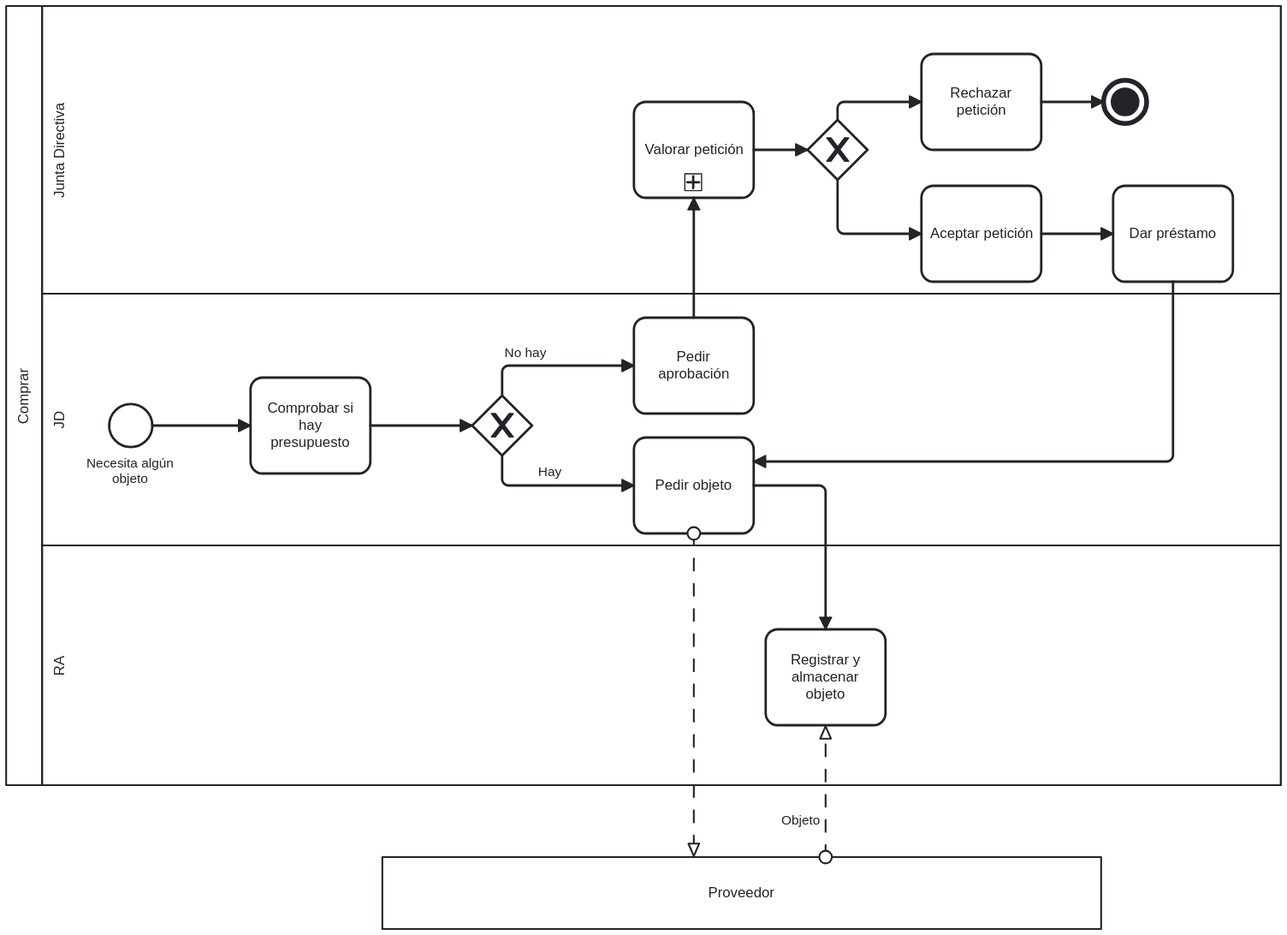
Emilio-115/Proyecto-IR-G2-12 keeps this BPMN diagram as assets/Proceso Existente - Compra.svg. Above is the earlier version. Its source is kept beside it as Procesos de negocio/Proceso Existente - Compra.bpmn. Ids are renumbered.
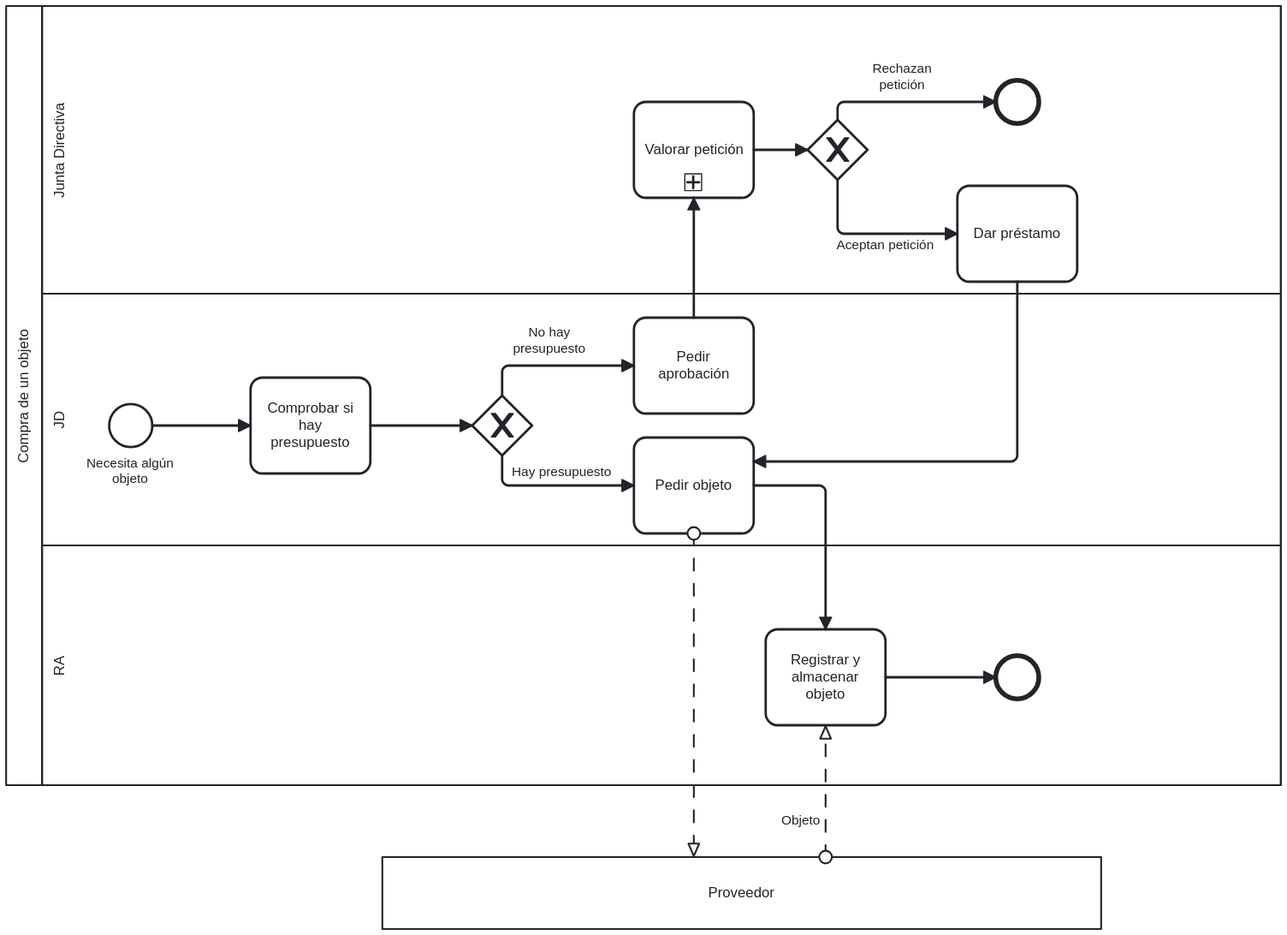
The same diagram one commit later.

Commit message:
Corregido Proceso de Compra - Existente

Diff of the diagram source:
```diff
@@ -1,6 +1,6 @@
 <bpmn:definitions xmlns:xsi="http://www.w3.org/2001/XMLSchema-instance" xmlns:bpmn="http://www.omg.org/spec/BPMN/20100524/MODEL" xmlns:bpmndi="http://www.omg.org/spec/BPMN/20100524/DI" xmlns:dc="http://www.omg.org/spec/DD/20100524/DC" xmlns:di="http://www.omg.org/spec/DD/20100524/DI" id="Definitions_n1" targetNamespace="http://bpmn.io/schema/bpmn" exporter="bpmn-js (https://demo.bpmn.io)" exporterVersion="17.11.1">
   <bpmn:collaboration id="Collaboration_n2">
-    <bpmn:participant id="Participant_n3" name="Comprar" processRef="Process_n4" />
+    <bpmn:participant id="Participant_n3" name="Compra de un objeto" processRef="Process_n4" />
     <bpmn:participant id="Participant_n5" name="Proveedor" />
     <bpmn:messageFlow id="Flow_n6" sourceRef="Activity_n7" targetRef="Participant_n5" />
     <bpmn:messageFlow id="Flow_n8" name="Objeto" sourceRef="Participant_n5" targetRef="Activity_n9" />
@@ -9,11 +9,9 @@
     <bpmn:laneSet id="LaneSet_n10">
       <bpmn:lane id="Lane_n11" name="Junta Directiva">
         <bpmn:flowNodeRef>Gateway_n12</bpmn:flowNodeRef>
-        <bpmn:flowNodeRef>Activity_n13</bpmn:flowNodeRef>
-        <bpmn:flowNodeRef>Activity_n14</bpmn:flowNodeRef>
+        <bpmn:flowNodeRef>Activity_n17</bpmn:flowNodeRef>
+        <bpmn:flowNodeRef>Activity_n16</bpmn:flowNodeRef>
         <bpmn:flowNodeRef>Event_n15</bpmn:flowNodeRef>
-        <bpmn:flowNodeRef>Activity_n16</bpmn:flowNodeRef>
-        <bpmn:flowNodeRef>Activity_n17</bpmn:flowNodeRef>
       </bpmn:lane>
       <bpmn:lane id="Lane_n18" name="JD">
         <bpmn:flowNodeRef>StartEvent_n19</bpmn:flowNodeRef>
@@ -24,7 +22,7 @@
       </bpmn:lane>
       <bpmn:lane id="Lane_n23" name="RA">
         <bpmn:flowNodeRef>Activity_n9</bpmn:flowNodeRef>
-        <bpmn:flowNodeRef>Activity_n24</bpmn:flowNodeRef>
+        <bpmn:flowNodeRef>Event_n42</bpmn:flowNodeRef>
       </bpmn:lane>
     </bpmn:laneSet>
     <bpmn:startEvent id="StartEvent_n19" name="Necesita algún objeto">
@@ -48,22 +46,6 @@
       <bpmn:outgoing>Flow_n31</bpmn:outgoing>
       <bpmn:outgoing>Flow_n32</bpmn:outgoing>
     </bpmn:exclusiveGateway>
-    <bpmn:task id="Activity_n13" name="Rechazar petición">
-      <bpmn:incoming>Flow_n31</bpmn:incoming>
-      <bpmn:outgoing>Flow_n33</bpmn:outgoing>
-    </bpmn:task>
-    <bpmn:task id="Activity_n14" name="Aceptar petición">
-      <bpmn:incoming>Flow_n32</bpmn:incoming>
-      <bpmn:outgoing>Flow_n34</bpmn:outgoing>
-    </bpmn:task>
-    <bpmn:endEvent id="Event_n15">
-      <bpmn:incoming>Flow_n33</bpmn:incoming>
-      <bpmn:terminateEventDefinition id="TerminateEventDefinition_n35" />
-    </bpmn:endEvent>
-    <bpmn:task id="Activity_n16" name="Dar préstamo">
-      <bpmn:incoming>Flow_n34</bpmn:incoming>
-      <bpmn:outgoing>Flow_n36</bpmn:outgoing>
-    </bpmn:task>
     <bpmn:task id="Activity_n7" name="Pedir objeto">
       <bpmn:incoming>Flow_n28</bpmn:incoming>
       <bpmn:incoming>Flow_n36</bpmn:incoming>
@@ -71,7 +53,7 @@
     </bpmn:task>
     <bpmn:task id="Activity_n9" name="Registrar y almacenar objeto">
       <bpmn:incoming>Flow_n37</bpmn:incoming>
-      <bpmn:outgoing>Flow_n38</bpmn:outgoing>
+      <bpmn:outgoing>Flow_n43</bpmn:outgoing>
     </bpmn:task>
     <bpmn:subProcess id="Activity_n17" name="Valorar petición">
       <bpmn:incoming>Flow_n29</bpmn:incoming>
@@ -81,19 +63,24 @@
     <bpmn:sequenceFlow id="Flow_n25" sourceRef="StartEvent_n19" targetRef="Activity_n20" />
     <bpmn:sequenceFlow id="Flow_n36" sourceRef="Activity_n16" targetRef="Activity_n7" />
     <bpmn:sequenceFlow id="Flow_n26" sourceRef="Activity_n20" targetRef="Gateway_n21" />
-    <bpmn:sequenceFlow id="Flow_n27" name="No hay" sourceRef="Gateway_n21" targetRef="Activity_n22" />
-    <bpmn:sequenceFlow id="Flow_n28" name="Hay" sourceRef="Gateway_n21" targetRef="Activity_n7" />
+    <bpmn:sequenceFlow id="Flow_n27" name="No hay presupuesto" sourceRef="Gateway_n21" targetRef="Activity_n22" />
+    <bpmn:sequenceFlow id="Flow_n28" name="Hay presupuesto" sourceRef="Gateway_n21" targetRef="Activity_n7" />
     <bpmn:sequenceFlow id="Flow_n29" sourceRef="Activity_n22" targetRef="Activity_n17" />
     <bpmn:sequenceFlow id="Flow_n30" sourceRef="Activity_n17" targetRef="Gateway_n12" />
-    <bpmn:sequenceFlow id="Flow_n31" sourceRef="Gateway_n12" targetRef="Activity_n13" />
-    <bpmn:sequenceFlow id="Flow_n32" sourceRef="Gateway_n12" targetRef="Activity_n14" />
-    <bpmn:sequenceFlow id="Flow_n33" sourceRef="Activity_n13" targetRef="Event_n15" />
-    <bpmn:sequenceFlow id="Flow_n34" sourceRef="Activity_n14" targetRef="Activity_n16" />
+    <bpmn:sequenceFlow id="Flow_n31" name="Rechazan petición" sourceRef="Gateway_n12" targetRef="Event_n15" />
+    <bpmn:sequenceFlow id="Flow_n32" name="Aceptan petición" sourceRef="Gateway_n12" targetRef="Activity_n16" />
     <bpmn:sequenceFlow id="Flow_n37" sourceRef="Activity_n7" targetRef="Activity_n9" />
-    <bpmn:task id="Activity_n24" name="Generar albarán">
-      <bpmn:incoming>Flow_n38</bpmn:incoming>
+    <bpmn:sequenceFlow id="Flow_n43" sourceRef="Activity_n9" targetRef="Event_n42" />
+    <bpmn:task id="Activity_n16" name="Dar préstamo">
+      <bpmn:incoming>Flow_n32</bpmn:incoming>
+      <bpmn:outgoing>Flow_n36</bpmn:outgoing>
     </bpmn:task>
-    <bpmn:sequenceFlow id="Flow_n38" sourceRef="Activity_n9" targetRef="Activity_n24" />
+    <bpmn:endEvent id="Event_n15">
+      <bpmn:incoming>Flow_n31</bpmn:incoming>
+    </bpmn:endEvent>
+    <bpmn:endEvent id="Event_n42">
+      <bpmn:incoming>Flow_n43</bpmn:incoming>
+    </bpmn:endEvent>
   </bpmn:process>
   <bpmndi:BPMNDiagram id="BPMNDiagram_1">
     <bpmndi:BPMNPlane id="BPMNPlane_1" bpmnElement="Collaboration_n2">
@@ -133,21 +120,6 @@
       <bpmndi:BPMNShape id="Gateway_n12_di" bpmnElement="Gateway_n12" isMarkerVisible="true">
         <dc:Bounds x="825" y="175" width="50" height="50" />
       </bpmndi:BPMNShape>
-      <bpmndi:BPMNShape id="Activity_n13_di" bpmnElement="Activity_n13">
-        <dc:Bounds x="920" y="120" width="100" height="80" />
-        <bpmndi:BPMNLabel />
-      </bpmndi:BPMNShape>
-      <bpmndi:BPMNShape id="Activity_n14_di" bpmnElement="Activity_n14">
-        <dc:Bounds x="920" y="230" width="100" height="80" />
-        <bpmndi:BPMNLabel />
-      </bpmndi:BPMNShape>
-      <bpmndi:BPMNShape id="Event_n15_di" bpmnElement="Event_n15">
-        <dc:Bounds x="1072" y="142" width="36" height="36" />
-      </bpmndi:BPMNShape>
-      <bpmndi:BPMNShape id="Activity_n16_di" bpmnElement="Activity_n16">
-        <dc:Bounds x="1080" y="230" width="100" height="80" />
-        <bpmndi:BPMNLabel />
-      </bpmndi:BPMNShape>
       <bpmndi:BPMNShape id="Activity_n7_di" bpmnElement="Activity_n7">
         <dc:Bounds x="680" y="440" width="100" height="80" />
         <bpmndi:BPMNLabel />
@@ -156,9 +128,15 @@
         <dc:Bounds x="790" y="600" width="100" height="80" />
         <bpmndi:BPMNLabel />
       </bpmndi:BPMNShape>
-      <bpmndi:BPMNShape id="Activity_n24_di" bpmnElement="Activity_n24">
-        <dc:Bounds x="950" y="600" width="100" height="80" />
+      <bpmndi:BPMNShape id="Activity_n16_di" bpmnElement="Activity_n16">
+        <dc:Bounds x="950" y="230" width="100" height="80" />
         <bpmndi:BPMNLabel />
+      </bpmndi:BPMNShape>
+      <bpmndi:BPMNShape id="Event_042u0tm_di" bpmnElement="Event_n15">
+        <dc:Bounds x="982" y="142" width="36" height="36" />
+      </bpmndi:BPMNShape>
+      <bpmndi:BPMNShape id="Event_n42_di" bpmnElement="Event_n42">
+        <dc:Bounds x="982" y="622" width="36" height="36" />
       </bpmndi:BPMNShape>
       <bpmndi:BPMNShape id="Activity_n17_di" bpmnElement="Activity_n17" isExpanded="false">
         <dc:Bounds x="680" y="160" width="100" height="80" />
@@ -169,8 +147,8 @@
         <di:waypoint x="360" y="430" />
       </bpmndi:BPMNEdge>
       <bpmndi:BPMNEdge id="Flow_n36_di" bpmnElement="Flow_n36">
-        <di:waypoint x="1130" y="310" />
-        <di:waypoint x="1130" y="460" />
+        <di:waypoint x="1000" y="310" />
+        <di:waypoint x="1000" y="460" />
         <di:waypoint x="780" y="460" />
       </bpmndi:BPMNEdge>
       <bpmndi:BPMNEdge id="Flow_n26_di" bpmnElement="Flow_n26">
@@ -182,7 +160,7 @@
         <di:waypoint x="570" y="380" />
         <di:waypoint x="680" y="380" />
         <bpmndi:BPMNLabel>
-          <dc:Bounds x="572" y="363" width="35" height="14" />
+          <dc:Bounds x="579" y="346" width="61" height="27" />
         </bpmndi:BPMNLabel>
       </bpmndi:BPMNEdge>
       <bpmndi:BPMNEdge id="Flow_n28_di" bpmnElement="Flow_n28">
@@ -190,7 +168,7 @@
         <di:waypoint x="570" y="480" />
         <di:waypoint x="680" y="480" />
         <bpmndi:BPMNLabel>
-          <dc:Bounds x="600" y="462" width="20" height="14" />
+          <dc:Bounds x="578" y="462" width="84" height="14" />
         </bpmndi:BPMNLabel>
       </bpmndi:BPMNEdge>
       <bpmndi:BPMNEdge id="Flow_n29_di" bpmnElement="Flow_n29">
@@ -204,32 +182,27 @@
       <bpmndi:BPMNEdge id="Flow_n31_di" bpmnElement="Flow_n31">
         <di:waypoint x="850" y="175" />
         <di:waypoint x="850" y="160" />
-        <di:waypoint x="920" y="160" />
+        <di:waypoint x="982" y="160" />
         <bpmndi:BPMNLabel>
-          <dc:Bounds x="804" y="-24" width="52" height="27" />
+          <dc:Bounds x="879" y="126" width="50" height="27" />
         </bpmndi:BPMNLabel>
       </bpmndi:BPMNEdge>
       <bpmndi:BPMNEdge id="Flow_n32_di" bpmnElement="Flow_n32">
         <di:waypoint x="850" y="225" />
         <di:waypoint x="850" y="270" />
-        <di:waypoint x="920" y="270" />
-      </bpmndi:BPMNEdge>
-      <bpmndi:BPMNEdge id="Flow_n33_di" bpmnElement="Flow_n33">
-        <di:waypoint x="1020" y="160" />
-        <di:waypoint x="1072" y="160" />
-      </bpmndi:BPMNEdge>
-      <bpmndi:BPMNEdge id="Flow_n34_di" bpmnElement="Flow_n34">
-        <di:waypoint x="1020" y="270" />
-        <di:waypoint x="1080" y="270" />
+        <di:waypoint x="950" y="270" />
+        <bpmndi:BPMNLabel>
+          <dc:Bounds x="849" y="273" width="81" height="14" />
+        </bpmndi:BPMNLabel>
       </bpmndi:BPMNEdge>
       <bpmndi:BPMNEdge id="Flow_n37_di" bpmnElement="Flow_n37">
         <di:waypoint x="780" y="480" />
         <di:waypoint x="840" y="480" />
         <di:waypoint x="840" y="600" />
       </bpmndi:BPMNEdge>
-      <bpmndi:BPMNEdge id="Flow_n38_di" bpmnElement="Flow_n38">
+      <bpmndi:BPMNEdge id="Flow_n43_di" bpmnElement="Flow_n43">
         <di:waypoint x="890" y="640" />
-        <di:waypoint x="950" y="640" />
+        <di:waypoint x="982" y="640" />
       </bpmndi:BPMNEdge>
       <bpmndi:BPMNShape id="Participant_073zde1_di" bpmnElement="Participant_n5" isHorizontal="true">
         <dc:Bounds x="470" y="790" width="600" height="60" />
```
